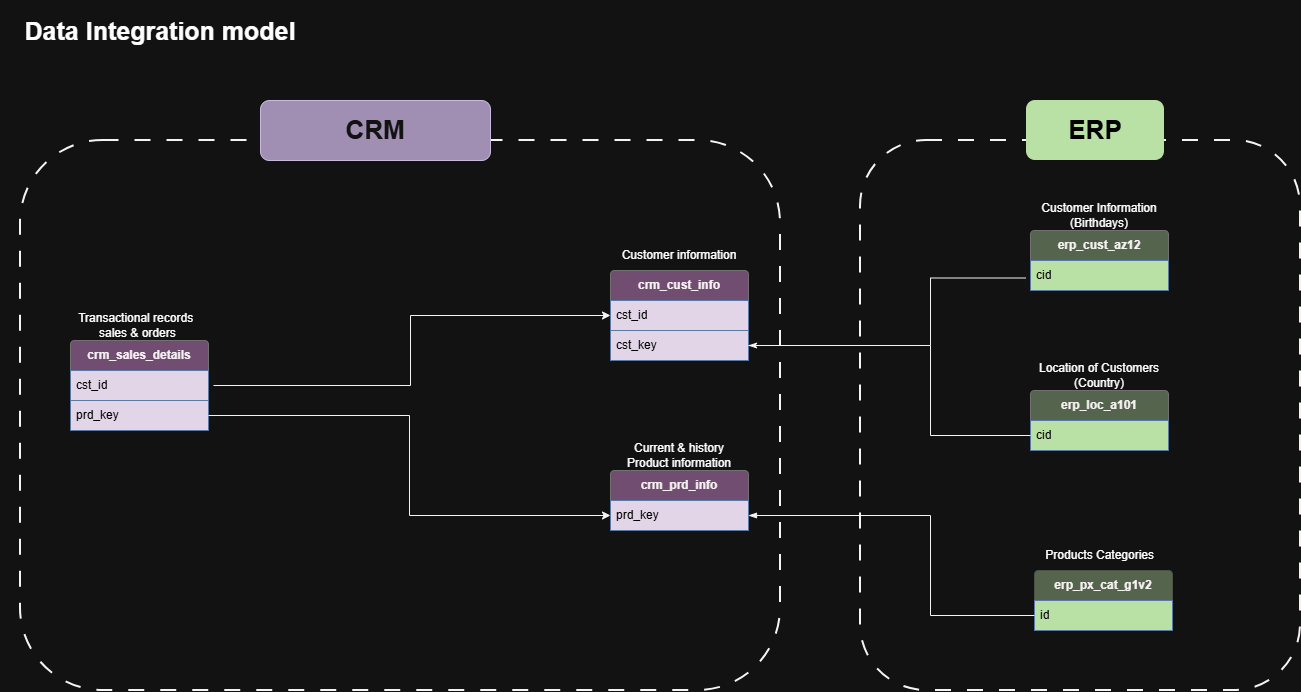
LujainY2/DM keeps this draw.io diagram as imgs/Data_integ.png. Above is the earlier version. Source tidied: cells renumbered, new cells last; positions are measured from the earlier drawing's top-left corner, leaving out a move shared by most shapes.
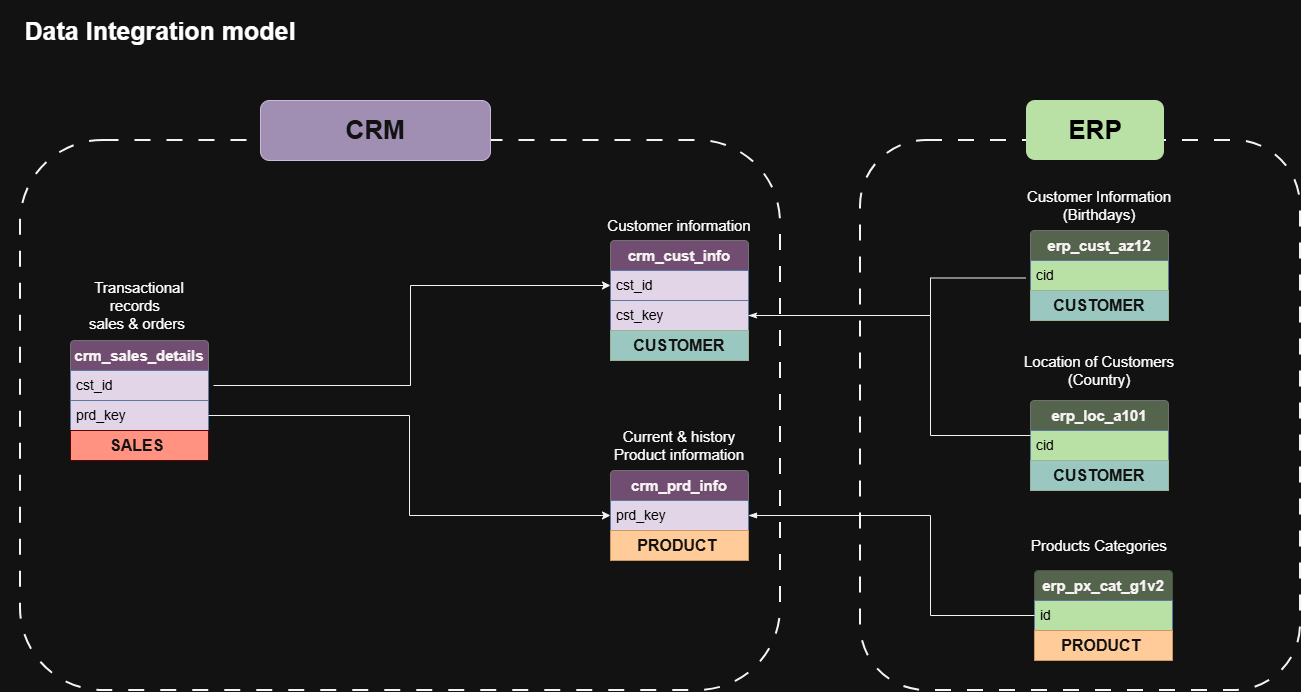
After the commit.

What changed in the source:
```diff
@@ -13,16 +13,16 @@
     </mxCell>
-    <mxCell id="5" style="group;" parent="1" vertex="1">
-      <mxGeometry x="610" y="240" width="138" height="90" as="geometry" />
+    <mxCell id="5" style="group;fontSize=15;" parent="1" vertex="1">
+      <mxGeometry x="610" y="210" width="138" height="90" as="geometry" />
     </mxCell>
-    <mxCell id="6" value="&lt;span style=&quot;color: light-dark(rgb(251, 255, 232), rgb(247, 243, 243));&quot;&gt;&lt;b&gt;crm_cust_info&lt;/b&gt;&lt;/span&gt;" style="swimlane;fontStyle=0;horizontal=1;startSize=30;whiteSpace=wrap;html=1;strokeWidth=1;swimlaneFillColor=none;perimeterSpacing=5;strokeColor=default;opacity=40;opacityGroup=1;absoluteArcSize=1;align=center;fontSize=12;arcSize=9;fillColor=#6a00ff;fontColor=#ffffff;rounded=1;roundedPerimeter=1;" parent="5" vertex="1">
+    <mxCell id="6" value="&lt;span style=&quot;color: light-dark(rgb(251, 255, 232), rgb(247, 243, 243));&quot;&gt;&lt;b&gt;&lt;font style=&quot;font-size: 15px;&quot;&gt;crm_cust_info&lt;/font&gt;&lt;/b&gt;&lt;/span&gt;" style="swimlane;fontStyle=0;horizontal=1;startSize=30;whiteSpace=wrap;html=1;strokeWidth=1;swimlaneFillColor=none;perimeterSpacing=5;strokeColor=default;opacity=40;opacityGroup=1;absoluteArcSize=1;align=center;fontSize=12;arcSize=9;fillColor=#6a00ff;fontColor=#ffffff;rounded=1;roundedPerimeter=1;" parent="5" vertex="1">
       <mxGeometry y="30" width="138" height="90" as="geometry" />
     </mxCell>
-    <mxCell id="7" value="&lt;span style=&quot;color: light-dark(rgb(0, 0, 0), rgb(0, 0, 0));&quot;&gt;cst_id&lt;/span&gt;" style="text;strokeColor=#6c8ebf;fillColor=light-dark(#DAE8FC,#E1D5E7);align=left;verticalAlign=middle;spacingLeft=4;spacingRight=4;overflow=hidden;points=[[0,0.5],[1,0.5]];portConstraint=eastwest;whiteSpace=wrap;html=1;" parent="6" vertex="1">
+    <mxCell id="7" value="&lt;span style=&quot;color: light-dark(rgb(0, 0, 0), rgb(0, 0, 0));&quot;&gt;&lt;font style=&quot;font-size: 14px;&quot;&gt;cst_id&lt;/font&gt;&lt;/span&gt;" style="text;strokeColor=#6c8ebf;fillColor=light-dark(#DAE8FC,#E1D5E7);align=left;verticalAlign=middle;spacingLeft=4;spacingRight=4;overflow=hidden;points=[[0,0.5],[1,0.5]];portConstraint=eastwest;whiteSpace=wrap;html=1;" parent="6" vertex="1">
       <mxGeometry y="30" width="138" height="30" as="geometry" />
     </mxCell>
-    <mxCell id="8" value="&lt;span style=&quot;color: light-dark(rgb(0, 0, 0), rgb(0, 0, 0));&quot;&gt;cst_key&lt;/span&gt;" style="text;strokeColor=#6c8ebf;fillColor=light-dark(#DAE8FC,#E1D5E7);align=left;verticalAlign=middle;spacingLeft=4;spacingRight=4;overflow=hidden;points=[[0,0.5],[1,0.5]];portConstraint=eastwest;whiteSpace=wrap;html=1;" parent="6" vertex="1">
+    <mxCell id="8" value="&lt;span style=&quot;color: light-dark(rgb(0, 0, 0), rgb(0, 0, 0));&quot;&gt;&lt;font style=&quot;font-size: 14px;&quot;&gt;cst_key&lt;/font&gt;&lt;/span&gt;" style="text;strokeColor=#6c8ebf;fillColor=light-dark(#DAE8FC,#E1D5E7);align=left;verticalAlign=middle;spacingLeft=4;spacingRight=4;overflow=hidden;points=[[0,0.5],[1,0.5]];portConstraint=eastwest;whiteSpace=wrap;html=1;" parent="6" vertex="1">
       <mxGeometry y="60" width="138" height="30" as="geometry" />
     </mxCell>
-    <mxCell id="9" value="&lt;font style=&quot;&quot;&gt;Customer information&lt;/font&gt;" style="rounded=0;whiteSpace=wrap;html=1;strokeColor=none;fillColor=none;" parent="5" vertex="1">
-      <mxGeometry x="4" width="130" height="30" as="geometry" />
+    <mxCell id="9" value="&lt;font style=&quot;&quot;&gt;Customer information&lt;/font&gt;" style="rounded=0;whiteSpace=wrap;html=1;strokeColor=none;fillColor=none;fontSize=15;" parent="5" vertex="1">
+      <mxGeometry x="-8" width="154" height="30" as="geometry" />
     </mxCell>
@@ -31,11 +31,8 @@
     </mxCell>
-    <mxCell id="11" value="&lt;span style=&quot;color: light-dark(rgb(251, 255, 232), rgb(247, 243, 243));&quot;&gt;&lt;b&gt;crm_prd_info&lt;/b&gt;&lt;/span&gt;" style="swimlane;fontStyle=0;horizontal=1;startSize=30;whiteSpace=wrap;html=1;strokeWidth=1;swimlaneFillColor=none;perimeterSpacing=5;strokeColor=default;opacity=40;opacityGroup=1;absoluteArcSize=1;align=center;fontSize=12;arcSize=9;fillColor=#6a00ff;fontColor=#ffffff;rounded=1;roundedPerimeter=1;" parent="10" vertex="1">
+    <mxCell id="11" value="&lt;span style=&quot;color: light-dark(rgb(251, 255, 232), rgb(247, 243, 243));&quot;&gt;&lt;b&gt;&lt;font style=&quot;font-size: 15px;&quot;&gt;crm_prd_info&lt;/font&gt;&lt;/b&gt;&lt;/span&gt;" style="swimlane;fontStyle=0;horizontal=1;startSize=30;whiteSpace=wrap;html=1;strokeWidth=1;swimlaneFillColor=none;perimeterSpacing=5;strokeColor=default;opacity=40;opacityGroup=1;absoluteArcSize=1;align=center;fontSize=12;arcSize=9;fillColor=#6a00ff;fontColor=#ffffff;rounded=1;roundedPerimeter=1;" parent="10" vertex="1">
       <mxGeometry y="30" width="138" height="60" as="geometry" />
     </mxCell>
-    <mxCell id="12" value="&lt;span style=&quot;color: light-dark(rgb(0, 0, 0), rgb(0, 0, 0));&quot;&gt;prd_key&lt;/span&gt;" style="text;strokeColor=#6c8ebf;fillColor=light-dark(#DAE8FC,#E1D5E7);align=left;verticalAlign=middle;spacingLeft=4;spacingRight=4;overflow=hidden;points=[[0,0.5],[1,0.5]];portConstraint=eastwest;whiteSpace=wrap;html=1;" parent="11" vertex="1">
+    <mxCell id="12" value="&lt;span style=&quot;color: light-dark(rgb(0, 0, 0), rgb(0, 0, 0));&quot;&gt;&lt;font style=&quot;font-size: 14px;&quot;&gt;prd_key&lt;/font&gt;&lt;/span&gt;" style="text;strokeColor=#6c8ebf;fillColor=light-dark(#DAE8FC,#E1D5E7);align=left;verticalAlign=middle;spacingLeft=4;spacingRight=4;overflow=hidden;points=[[0,0.5],[1,0.5]];portConstraint=eastwest;whiteSpace=wrap;html=1;" parent="11" vertex="1">
       <mxGeometry y="30" width="138" height="30" as="geometry" />
     </mxCell>
-    <mxCell id="13" value="&lt;font style=&quot;&quot;&gt;Current &amp;amp; history Product information&lt;/font&gt;" style="rounded=0;whiteSpace=wrap;html=1;strokeColor=none;fillColor=none;" parent="10" vertex="1">
-      <mxGeometry x="4" width="130" height="30" as="geometry" />
-    </mxCell>
     <mxCell id="14" style="group;" parent="1" vertex="1">
@@ -43,25 +40,25 @@
     </mxCell>
-    <mxCell id="15" value="&lt;span style=&quot;color: light-dark(rgb(251, 255, 232), rgb(247, 243, 243));&quot;&gt;&lt;b&gt;crm_sales_details&lt;/b&gt;&lt;/span&gt;" style="swimlane;fontStyle=0;horizontal=1;startSize=30;whiteSpace=wrap;html=1;strokeWidth=1;swimlaneFillColor=none;perimeterSpacing=5;strokeColor=default;opacity=40;opacityGroup=1;absoluteArcSize=1;align=center;fontSize=12;arcSize=9;fillColor=#6a00ff;fontColor=#ffffff;rounded=1;roundedPerimeter=1;" parent="14" vertex="1">
+    <mxCell id="15" value="&lt;span style=&quot;color: light-dark(rgb(251, 255, 232), rgb(247, 243, 243));&quot;&gt;&lt;b&gt;&lt;font style=&quot;font-size: 15px;&quot;&gt;crm_sales_details&lt;/font&gt;&lt;/b&gt;&lt;/span&gt;" style="swimlane;fontStyle=0;horizontal=1;startSize=30;whiteSpace=wrap;html=1;strokeWidth=1;swimlaneFillColor=none;perimeterSpacing=5;strokeColor=default;opacity=40;opacityGroup=1;absoluteArcSize=1;align=center;fontSize=12;arcSize=9;fillColor=#6a00ff;fontColor=#ffffff;rounded=1;roundedPerimeter=1;" parent="14" vertex="1">
       <mxGeometry y="30" width="138" height="90" as="geometry" />
     </mxCell>
-    <mxCell id="16" value="&lt;span style=&quot;color: light-dark(rgb(0, 0, 0), rgb(0, 0, 0));&quot;&gt;cst_id&lt;/span&gt;" style="text;strokeColor=#6c8ebf;fillColor=light-dark(#DAE8FC,#E1D5E7);align=left;verticalAlign=middle;spacingLeft=4;spacingRight=4;overflow=hidden;whiteSpace=wrap;html=1;" parent="15" vertex="1">
+    <mxCell id="16" value="&lt;span style=&quot;color: light-dark(rgb(0, 0, 0), rgb(0, 0, 0));&quot;&gt;&lt;font style=&quot;font-size: 14px;&quot;&gt;cst_id&lt;/font&gt;&lt;/span&gt;" style="text;strokeColor=#6c8ebf;fillColor=light-dark(#DAE8FC,#E1D5E7);align=left;verticalAlign=middle;spacingLeft=4;spacingRight=4;overflow=hidden;whiteSpace=wrap;html=1;" parent="15" vertex="1">
       <mxGeometry y="30" width="138" height="30" as="geometry" />
     </mxCell>
-    <mxCell id="17" value="&lt;span style=&quot;color: light-dark(rgb(0, 0, 0), rgb(0, 0, 0));&quot;&gt;prd_key&lt;/span&gt;" style="text;strokeColor=#6c8ebf;fillColor=light-dark(#DAE8FC,#E1D5E7);align=left;verticalAlign=middle;spacingLeft=4;spacingRight=4;overflow=hidden;points=[[0,0.5],[1,0.5]];portConstraint=eastwest;whiteSpace=wrap;html=1;" parent="15" vertex="1">
+    <mxCell id="17" value="&lt;span style=&quot;color: light-dark(rgb(0, 0, 0), rgb(0, 0, 0));&quot;&gt;&lt;font style=&quot;font-size: 14px;&quot;&gt;prd_key&lt;/font&gt;&lt;/span&gt;" style="text;strokeColor=#6c8ebf;fillColor=light-dark(#DAE8FC,#E1D5E7);align=left;verticalAlign=middle;spacingLeft=4;spacingRight=4;overflow=hidden;points=[[0,0.5],[1,0.5]];portConstraint=eastwest;whiteSpace=wrap;html=1;" parent="15" vertex="1">
       <mxGeometry y="60" width="138" height="30" as="geometry" />
     </mxCell>
-    <mxCell id="18" value="&lt;font style=&quot;&quot;&gt;Transactional records&amp;nbsp;&amp;nbsp;&lt;/font&gt;&lt;div&gt;sales &amp;amp; orders&amp;nbsp;&lt;/div&gt;" style="rounded=0;whiteSpace=wrap;html=1;strokeColor=none;fillColor=none;" parent="14" vertex="1">
-      <mxGeometry x="4" width="130" height="30" as="geometry" />
+    <mxCell id="18" value="&lt;font style=&quot;&quot;&gt;Transactional records&amp;nbsp;&amp;nbsp;&lt;/font&gt;&lt;div&gt;sales &amp;amp; orders&amp;nbsp;&lt;/div&gt;" style="rounded=0;whiteSpace=wrap;html=1;strokeColor=none;fillColor=none;fontSize=15;" parent="14" vertex="1">
+      <mxGeometry x="4" y="-20" width="130" height="30" as="geometry" />
     </mxCell>
     <mxCell id="19" style="group;" parent="1" vertex="1">
-      <mxGeometry x="1030" y="200" width="138" height="90" as="geometry" />
+      <mxGeometry x="1030" y="200" width="170" height="90" as="geometry" />
     </mxCell>
-    <mxCell id="20" value="&lt;span style=&quot;color: light-dark(rgb(251, 255, 232), rgb(247, 243, 243));&quot;&gt;&lt;b&gt;erp_cust_az12&lt;/b&gt;&lt;/span&gt;" style="swimlane;fontStyle=0;horizontal=1;startSize=30;whiteSpace=wrap;html=1;strokeWidth=1;swimlaneFillColor=none;perimeterSpacing=5;strokeColor=default;opacity=40;opacityGroup=1;absoluteArcSize=1;align=center;fontSize=12;arcSize=9;fillColor=light-dark(#6D8764,#B9E0A5);fontColor=#ffffff;rounded=1;roundedPerimeter=1;" parent="19" vertex="1">
+    <mxCell id="20" value="&lt;span style=&quot;color: light-dark(rgb(251, 255, 232), rgb(247, 243, 243));&quot;&gt;&lt;b&gt;&lt;font style=&quot;font-size: 15px;&quot;&gt;erp_cust_az12&lt;/font&gt;&lt;/b&gt;&lt;/span&gt;" style="swimlane;fontStyle=0;horizontal=1;startSize=30;whiteSpace=wrap;html=1;strokeWidth=1;swimlaneFillColor=none;perimeterSpacing=5;strokeColor=default;opacity=40;opacityGroup=1;absoluteArcSize=1;align=center;fontSize=12;arcSize=9;fillColor=light-dark(#6D8764,#B9E0A5);fontColor=#ffffff;rounded=1;roundedPerimeter=1;" parent="19" vertex="1">
       <mxGeometry y="30" width="138" height="60" as="geometry" />
     </mxCell>
-    <mxCell id="21" value="&lt;span style=&quot;color: light-dark(rgb(0, 0, 0), rgb(0, 0, 0));&quot;&gt;cid&lt;/span&gt;" style="text;strokeColor=#6c8ebf;fillColor=light-dark(#6D8764,#B9E0A5);align=left;verticalAlign=middle;spacingLeft=4;spacingRight=4;overflow=hidden;whiteSpace=wrap;html=1;" parent="20" vertex="1">
+    <mxCell id="21" value="&lt;span style=&quot;color: light-dark(rgb(0, 0, 0), rgb(0, 0, 0));&quot;&gt;&lt;font style=&quot;font-size: 14px;&quot;&gt;cid&lt;/font&gt;&lt;/span&gt;" style="text;strokeColor=#6c8ebf;fillColor=light-dark(#6D8764,#B9E0A5);align=left;verticalAlign=middle;spacingLeft=4;spacingRight=4;overflow=hidden;whiteSpace=wrap;html=1;" parent="20" vertex="1">
       <mxGeometry y="30" width="138" height="30" as="geometry" />
     </mxCell>
-    <mxCell id="22" value="&lt;font style=&quot;&quot;&gt;Customer Information (Birthdays)&lt;/font&gt;" style="rounded=0;whiteSpace=wrap;html=1;strokeColor=none;fillColor=none;" parent="19" vertex="1">
-      <mxGeometry x="4" width="130" height="30" as="geometry" />
+    <mxCell id="22" value="&lt;font style=&quot;&quot;&gt;Customer Information (Birthdays)&lt;/font&gt;" style="rounded=0;whiteSpace=wrap;html=1;strokeColor=none;fillColor=none;fontSize=15;" parent="19" vertex="1">
+      <mxGeometry x="-14" y="-10" width="166" height="30" as="geometry" />
     </mxCell>
@@ -70,3 +67,3 @@
         <Array as="points">
-          <mxPoint x="930" y="345" />
+          <mxPoint x="930" y="315" />
           <mxPoint x="930" y="277.5" />
@@ -76,12 +73,15 @@
     <mxCell id="24" style="group;" parent="1" vertex="1">
-      <mxGeometry x="1030" y="360" width="138" height="90" as="geometry" />
+      <mxGeometry x="1030" y="370" width="160" height="90" as="geometry" />
     </mxCell>
-    <mxCell id="25" value="&lt;span style=&quot;color: light-dark(rgb(251, 255, 232), rgb(247, 243, 243));&quot;&gt;&lt;b&gt;erp_loc_a101&lt;/b&gt;&lt;/span&gt;" style="swimlane;fontStyle=0;horizontal=1;startSize=30;whiteSpace=wrap;html=1;strokeWidth=1;swimlaneFillColor=none;perimeterSpacing=5;strokeColor=default;opacity=40;opacityGroup=1;absoluteArcSize=1;align=center;fontSize=12;arcSize=9;fillColor=light-dark(#6D8764,#B9E0A5);fontColor=#ffffff;rounded=1;roundedPerimeter=1;" parent="24" vertex="1">
-      <mxGeometry y="30" width="138" height="60" as="geometry" />
+    <mxCell id="25" value="&lt;span style=&quot;color: light-dark(rgb(251, 255, 232), rgb(247, 243, 243));&quot;&gt;&lt;b&gt;&lt;font style=&quot;font-size: 15px;&quot;&gt;erp_loc_a101&lt;/font&gt;&lt;/b&gt;&lt;/span&gt;" style="swimlane;fontStyle=0;horizontal=1;startSize=30;whiteSpace=wrap;html=1;strokeWidth=1;swimlaneFillColor=none;perimeterSpacing=5;strokeColor=default;opacity=40;opacityGroup=1;absoluteArcSize=1;align=center;fontSize=12;arcSize=9;fillColor=light-dark(#6D8764,#B9E0A5);fontColor=#ffffff;rounded=1;roundedPerimeter=1;" parent="24" vertex="1">
+      <mxGeometry y="30" width="138" height="90" as="geometry" />
     </mxCell>
-    <mxCell id="26" value="&lt;span style=&quot;color: light-dark(rgb(0, 0, 0), rgb(0, 0, 0));&quot;&gt;cid&lt;/span&gt;" style="text;strokeColor=#6c8ebf;fillColor=light-dark(#6D8764,#B9E0A5);align=left;verticalAlign=middle;spacingLeft=4;spacingRight=4;overflow=hidden;points=[[0,0.5],[1,0.5]];portConstraint=eastwest;whiteSpace=wrap;html=1;" parent="25" vertex="1">
+    <mxCell id="26" value="&lt;span style=&quot;color: light-dark(rgb(0, 0, 0), rgb(0, 0, 0));&quot;&gt;&lt;font style=&quot;font-size: 14px;&quot;&gt;cid&lt;/font&gt;&lt;/span&gt;" style="text;strokeColor=#6c8ebf;fillColor=light-dark(#6D8764,#B9E0A5);align=left;verticalAlign=middle;spacingLeft=4;spacingRight=4;overflow=hidden;points=[[0,0.5],[1,0.5]];portConstraint=eastwest;whiteSpace=wrap;html=1;" parent="25" vertex="1">
       <mxGeometry y="30" width="138" height="30" as="geometry" />
     </mxCell>
+    <mxCell id="38" value="&lt;font style=&quot;font-size: 16px;&quot;&gt;&lt;b style=&quot;&quot;&gt;CUSTOMER&lt;/b&gt;&lt;/font&gt;" style="whiteSpace=wrap;html=1;fillColor=light-dark(#6D8764,#9AC7BF);fontColor=#ffffff;strokeColor=#3A5431;" parent="25" vertex="1">
+      <mxGeometry y="60" width="138" height="30" as="geometry" />
+    </mxCell>
-    <mxCell id="27" value="Location of Customers (Country)" style="rounded=0;whiteSpace=wrap;html=1;strokeColor=none;fillColor=none;" parent="24" vertex="1">
-      <mxGeometry x="4" width="130" height="30" as="geometry" />
+    <mxCell id="27" value="Location of Customers (Country)" style="rounded=0;whiteSpace=wrap;html=1;strokeColor=none;fillColor=none;fontSize=15;" parent="24" vertex="1">
+      <mxGeometry x="-21" y="-20" width="180" height="40" as="geometry" />
     </mxCell>
@@ -90,3 +90,3 @@
         <Array as="points">
-          <mxPoint x="930" y="345" />
+          <mxPoint x="930" y="315" />
           <mxPoint x="930" y="435" />
@@ -95,13 +95,13 @@
     </mxCell>
-    <mxCell id="29" style="group;" parent="1" vertex="1">
-      <mxGeometry x="1034" y="540" width="138" height="90" as="geometry" />
+    <mxCell id="29" style="group;fontSize=15;" parent="1" vertex="1">
+      <mxGeometry x="1034" y="540" width="164" height="90" as="geometry" />
     </mxCell>
-    <mxCell id="30" value="&lt;span style=&quot;color: light-dark(rgb(251, 255, 232), rgb(247, 243, 243));&quot;&gt;&lt;b&gt;erp_px_cat_g1v2&lt;/b&gt;&lt;/span&gt;" style="swimlane;fontStyle=0;horizontal=1;startSize=30;whiteSpace=wrap;html=1;strokeWidth=1;swimlaneFillColor=none;perimeterSpacing=5;strokeColor=#3A5431;opacity=40;opacityGroup=1;absoluteArcSize=1;align=center;fontSize=12;arcSize=9;fillColor=light-dark(#6D8764,#B9E0A5);fontColor=#ffffff;rounded=1;roundedPerimeter=1;" parent="29" vertex="1">
+    <mxCell id="30" value="&lt;span style=&quot;color: light-dark(rgb(251, 255, 232), rgb(247, 243, 243));&quot;&gt;&lt;b&gt;&lt;font style=&quot;font-size: 15px;&quot;&gt;erp_px_cat_g1v2&lt;/font&gt;&lt;/b&gt;&lt;/span&gt;" style="swimlane;fontStyle=0;horizontal=1;startSize=30;whiteSpace=wrap;html=1;strokeWidth=1;swimlaneFillColor=none;perimeterSpacing=5;strokeColor=#3A5431;opacity=40;opacityGroup=1;absoluteArcSize=1;align=center;fontSize=12;arcSize=9;fillColor=light-dark(#6D8764,#B9E0A5);fontColor=#ffffff;rounded=1;roundedPerimeter=1;" parent="29" vertex="1">
       <mxGeometry y="30" width="138" height="60" as="geometry" />
     </mxCell>
-    <mxCell id="31" value="&lt;span style=&quot;color: light-dark(rgb(0, 0, 0), rgb(0, 0, 0));&quot;&gt;id&lt;/span&gt;" style="text;strokeColor=#6c8ebf;fillColor=light-dark(#6D8764,#B9E0A5);align=left;verticalAlign=middle;spacingLeft=4;spacingRight=4;overflow=hidden;points=[[0,0.5],[1,0.5]];portConstraint=eastwest;whiteSpace=wrap;html=1;" parent="30" vertex="1">
+    <mxCell id="31" value="&lt;span style=&quot;color: light-dark(rgb(0, 0, 0), rgb(0, 0, 0));&quot;&gt;&lt;font style=&quot;font-size: 14px;&quot;&gt;id&lt;/font&gt;&lt;/span&gt;" style="text;strokeColor=#6c8ebf;fillColor=light-dark(#6D8764,#B9E0A5);align=left;verticalAlign=middle;spacingLeft=4;spacingRight=4;overflow=hidden;points=[[0,0.5],[1,0.5]];portConstraint=eastwest;whiteSpace=wrap;html=1;" parent="30" vertex="1">
       <mxGeometry y="30" width="138" height="30" as="geometry" />
     </mxCell>
-    <mxCell id="32" value="&lt;font style=&quot;&quot;&gt;Products Categories&amp;nbsp;&amp;nbsp;&lt;/font&gt;" style="rounded=0;whiteSpace=wrap;html=1;strokeColor=none;fillColor=none;" parent="29" vertex="1">
-      <mxGeometry x="4" width="130" height="30" as="geometry" />
+    <mxCell id="32" value="&lt;font style=&quot;&quot;&gt;Products Categories&amp;nbsp;&amp;nbsp;&lt;/font&gt;" style="rounded=0;whiteSpace=wrap;html=1;strokeColor=none;fillColor=none;fontSize=15;" parent="29" vertex="1">
+      <mxGeometry x="-11" y="-10" width="160" height="30" as="geometry" />
     </mxCell>
@@ -128,3 +128,3 @@
           <mxPoint x="410" y="385" />
-          <mxPoint x="410" y="315" />
+          <mxPoint x="410" y="285" />
         </Array>
@@ -132,2 +132,20 @@
     </mxCell>
+    <mxCell id="39" value="&lt;font style=&quot;font-size: 16px;&quot;&gt;&lt;b style=&quot;&quot;&gt;SALES&amp;nbsp;&lt;/b&gt;&lt;/font&gt;" style="whiteSpace=wrap;html=1;fillColor=#e51400;fontColor=#ffffff;strokeColor=light-dark(#B20000, #5c0505);" parent="1" vertex="1">
+      <mxGeometry x="70" y="430" width="138" height="30" as="geometry" />
+    </mxCell>
+    <mxCell id="40" value="&lt;font style=&quot;font-size: 16px;&quot;&gt;&lt;b style=&quot;&quot;&gt;PRODUCT&amp;nbsp;&lt;/b&gt;&lt;/font&gt;" style="whiteSpace=wrap;html=1;fillColor=light-dark(#E51400,#FFCC99);fontColor=#ffffff;strokeColor=light-dark(#B20000, #cc9766);" parent="1" vertex="1">
+      <mxGeometry x="610" y="530" width="138" height="30" as="geometry" />
+    </mxCell>
+    <mxCell id="41" value="&lt;font style=&quot;font-size: 16px;&quot;&gt;&lt;b style=&quot;&quot;&gt;CUSTOMER&lt;/b&gt;&lt;/font&gt;" style="whiteSpace=wrap;html=1;fillColor=light-dark(#6D8764,#9AC7BF);fontColor=#ffffff;strokeColor=#3A5431;" parent="1" vertex="1">
+      <mxGeometry x="610" y="330" width="138" height="30" as="geometry" />
+    </mxCell>
+    <mxCell id="42" value="&lt;font style=&quot;font-size: 16px;&quot;&gt;&lt;b style=&quot;&quot;&gt;CUSTOMER&lt;/b&gt;&lt;/font&gt;" style="whiteSpace=wrap;html=1;fillColor=light-dark(#6D8764,#9AC7BF);fontColor=#ffffff;strokeColor=#3A5431;" parent="1" vertex="1">
+      <mxGeometry x="1030" y="290" width="138" height="30" as="geometry" />
+    </mxCell>
+    <mxCell id="43" value="&lt;font style=&quot;font-size: 16px;&quot;&gt;&lt;b style=&quot;&quot;&gt;PRODUCT&amp;nbsp;&lt;/b&gt;&lt;/font&gt;" style="whiteSpace=wrap;html=1;fillColor=light-dark(#E51400,#FFCC99);fontColor=#ffffff;strokeColor=light-dark(#B20000, #cc9766);" parent="1" vertex="1">
+      <mxGeometry x="1034" y="630" width="138" height="30" as="geometry" />
+    </mxCell>
+    <mxCell id="13" value="&lt;font style=&quot;&quot;&gt;Current &amp;amp; history Product information&lt;/font&gt;" style="rounded=0;whiteSpace=wrap;html=1;strokeColor=none;fillColor=none;fontSize=15;" parent="1" vertex="1">
+      <mxGeometry x="599" y="430" width="160" height="30" as="geometry" />
+    </mxCell>
   </root>
```
